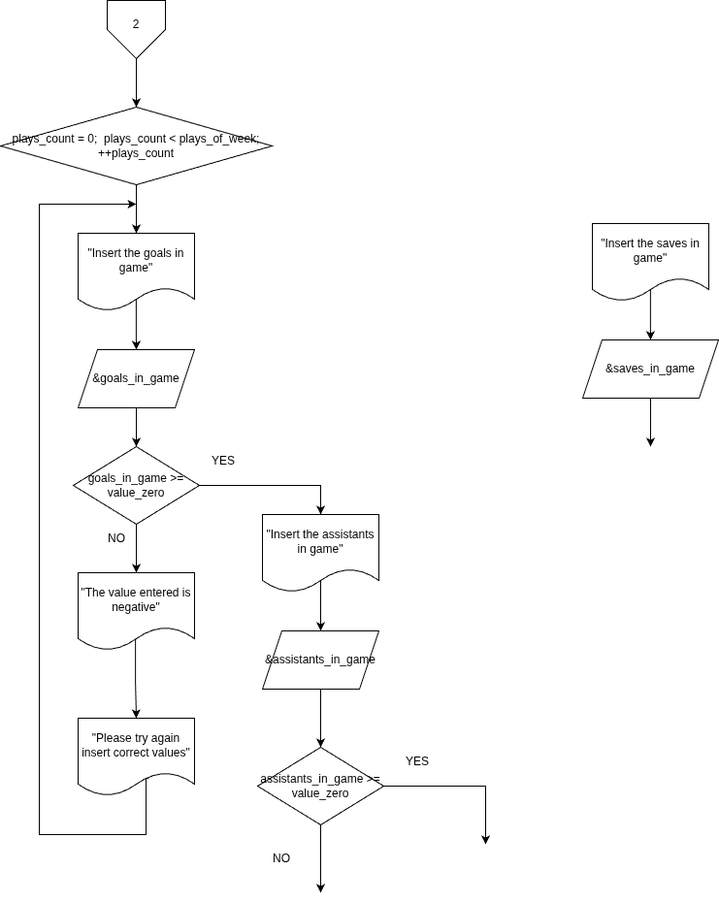
SrMochi02/exercises-c keeps this draw.io diagram as 04_footballgames_practice/docs/excercisefootballgames-Page-3.drawio.png. Above is the earlier version. Source tidied: cells renumbered, new cells last; positions are measured from the earlier drawing's top-left corner, leaving out a move shared by most shapes. Source of this version:
```xml
<mxGraphModel>
  <root>
    <mxCell id="0" />
    <mxCell id="1" parent="0" />
    <mxCell id="2" style="edgeStyle=orthogonalEdgeStyle;rounded=0;jettySize=auto;html=1;" parent="1" edge="1" source="3">
      <mxGeometry relative="1" as="geometry">
        <mxPoint x="140" y="110" as="targetPoint" />
      </mxGeometry>
    </mxCell>
    <mxCell id="3" style="verticalLabelPosition=bottom;verticalAlign=top;html=1;shape=offPageConnector;rounded=0;size=0.5;" parent="1" vertex="1">
      <mxGeometry x="110" width="60" height="60" as="geometry" />
    </mxCell>
    <mxCell id="4" value="2" style="text;html=1;whiteSpace=wrap;strokeColor=none;fillColor=none;align=center;verticalAlign=middle;rounded=0;" parent="1" vertex="1">
      <mxGeometry x="110" y="10" width="60" height="30" as="geometry" />
    </mxCell>
    <mxCell id="5" style="edgeStyle=orthogonalEdgeStyle;rounded=0;jettySize=auto;html=1;" parent="1" edge="1" source="6">
      <mxGeometry relative="1" as="geometry">
        <mxPoint x="140" y="240" as="targetPoint" />
      </mxGeometry>
    </mxCell>
    <mxCell id="6" value="plays_count = 0;&amp;nbsp; plays_count &amp;lt; plays_of_week; ++plays_count" style="rhombus;whiteSpace=wrap;html=1;" parent="1" vertex="1">
      <mxGeometry y="110" width="280" height="80" as="geometry" />
    </mxCell>
    <mxCell id="7" style="edgeStyle=orthogonalEdgeStyle;rounded=0;jettySize=auto;html=1;exitX=0.499;exitY=0.848;exitDx=0;exitDy=0;exitPerimeter=0;" parent="1" edge="1" source="8">
      <mxGeometry relative="1" as="geometry">
        <mxPoint x="140" y="360" as="targetPoint" />
      </mxGeometry>
    </mxCell>
    <mxCell id="8" value="&quot;Insert the goals in game&quot;" style="shape=document;whiteSpace=wrap;html=1;boundedLbl=1;" parent="1" vertex="1">
      <mxGeometry x="80" y="240" width="120" height="80" as="geometry" />
    </mxCell>
    <mxCell id="9" style="edgeStyle=orthogonalEdgeStyle;rounded=0;jettySize=auto;html=1;" parent="1" edge="1" source="10">
      <mxGeometry relative="1" as="geometry">
        <mxPoint x="140" y="460" as="targetPoint" />
      </mxGeometry>
    </mxCell>
    <mxCell id="10" value="&amp;amp;goals_in_game" style="shape=parallelogram;perimeter=parallelogramPerimeter;whiteSpace=wrap;html=1;fixedSize=1;" parent="1" vertex="1">
      <mxGeometry x="80" y="360" width="120" height="60" as="geometry" />
    </mxCell>
    <mxCell id="11" style="edgeStyle=orthogonalEdgeStyle;rounded=0;jettySize=auto;html=1;exitX=0.499;exitY=0.845;exitDx=0;exitDy=0;exitPerimeter=0;" parent="1" edge="1" source="12">
      <mxGeometry relative="1" as="geometry">
        <mxPoint x="670" y="350" as="targetPoint" />
      </mxGeometry>
    </mxCell>
    <mxCell id="12" value="&quot;Insert the saves in game&quot;" style="shape=document;whiteSpace=wrap;html=1;boundedLbl=1;" parent="1" vertex="1">
      <mxGeometry x="610" y="230" width="120" height="80" as="geometry" />
    </mxCell>
    <mxCell id="13" style="edgeStyle=orthogonalEdgeStyle;rounded=0;jettySize=auto;html=1;" parent="1" edge="1" source="14">
      <mxGeometry relative="1" as="geometry">
        <mxPoint x="670" y="460" as="targetPoint" />
      </mxGeometry>
    </mxCell>
    <mxCell id="14" value="&amp;amp;saves_in_game" style="shape=parallelogram;perimeter=parallelogramPerimeter;whiteSpace=wrap;html=1;fixedSize=1;" parent="1" vertex="1">
      <mxGeometry x="600" y="350" width="140" height="60" as="geometry" />
    </mxCell>
    <mxCell id="15" style="edgeStyle=orthogonalEdgeStyle;rounded=0;jettySize=auto;html=1;" parent="1" edge="1" source="31">
      <mxGeometry relative="1" as="geometry">
        <mxPoint x="330" y="580" as="targetPoint" />
      </mxGeometry>
    </mxCell>
    <mxCell id="16" style="edgeStyle=orthogonalEdgeStyle;rounded=0;jettySize=auto;html=1;" parent="1" edge="1" source="17">
      <mxGeometry relative="1" as="geometry">
        <mxPoint x="140" y="590" as="targetPoint" />
      </mxGeometry>
    </mxCell>
    <mxCell id="17" value="goals_in_game &amp;gt;= value_zero" style="rhombus;whiteSpace=wrap;html=1;" parent="1" vertex="1">
      <mxGeometry x="75" y="460" width="130" height="80" as="geometry" />
    </mxCell>
    <mxCell id="18" value="YES" style="text;html=1;whiteSpace=wrap;strokeColor=none;fillColor=none;align=center;verticalAlign=middle;rounded=0;" parent="1" vertex="1">
      <mxGeometry x="200" y="460" width="60" height="30" as="geometry" />
    </mxCell>
    <mxCell id="19" value="NO" style="text;html=1;whiteSpace=wrap;strokeColor=none;fillColor=none;align=center;verticalAlign=middle;rounded=0;" parent="1" vertex="1">
      <mxGeometry x="90" y="540" width="60" height="30" as="geometry" />
    </mxCell>
    <mxCell id="20" style="edgeStyle=orthogonalEdgeStyle;rounded=0;jettySize=auto;html=1;exitX=0.5;exitY=0.84;exitDx=0;exitDy=0;exitPerimeter=0;entryX=0.5;entryY=0;entryDx=0;entryDy=0;" parent="1" edge="1" source="31" target="33">
      <mxGeometry relative="1" as="geometry" />
    </mxCell>
    <mxCell id="21" style="edgeStyle=orthogonalEdgeStyle;rounded=0;jettySize=auto;html=1;entryX=0.5;entryY=0;entryDx=0;entryDy=0;exitX=0.493;exitY=0.845;exitDx=0;exitDy=0;exitPerimeter=0;" parent="1" edge="1" source="22" target="24">
      <mxGeometry relative="1" as="geometry" />
    </mxCell>
    <mxCell id="22" value="&quot;The value entered is negative&quot;" style="shape=document;whiteSpace=wrap;html=1;boundedLbl=1;" parent="1" vertex="1">
      <mxGeometry x="80" y="590" width="120" height="80" as="geometry" />
    </mxCell>
    <mxCell id="23" style="edgeStyle=orthogonalEdgeStyle;rounded=0;jettySize=auto;html=1;exitX=0.602;exitY=0.785;exitDx=0;exitDy=0;exitPerimeter=0;" parent="1" edge="1" source="24">
      <mxGeometry relative="1" as="geometry">
        <mxPoint x="140" y="210" as="targetPoint" />
        <Array as="points">
          <mxPoint x="152" y="790" />
          <mxPoint x="150" y="790" />
          <mxPoint x="150" y="860" />
          <mxPoint x="40" y="860" />
          <mxPoint x="40" y="210" />
        </Array>
      </mxGeometry>
    </mxCell>
    <mxCell id="24" value="&quot;Please try again insert correct values&quot;" style="shape=document;whiteSpace=wrap;html=1;boundedLbl=1;" parent="1" vertex="1">
      <mxGeometry x="80" y="740" width="120" height="80" as="geometry" />
    </mxCell>
    <mxCell id="25" style="edgeStyle=orthogonalEdgeStyle;rounded=0;jettySize=auto;html=1;" parent="1" edge="1" source="27">
      <mxGeometry relative="1" as="geometry">
        <mxPoint x="500" y="870" as="targetPoint" />
      </mxGeometry>
    </mxCell>
    <mxCell id="26" style="edgeStyle=orthogonalEdgeStyle;rounded=0;jettySize=auto;html=1;" parent="1" edge="1" source="27">
      <mxGeometry relative="1" as="geometry">
        <mxPoint x="330" y="920" as="targetPoint" />
      </mxGeometry>
    </mxCell>
    <mxCell id="27" value="assistants_in_game &amp;gt;= value_zero" style="rhombus;whiteSpace=wrap;html=1;" parent="1" vertex="1">
      <mxGeometry x="265" y="770" width="130" height="80" as="geometry" />
    </mxCell>
    <mxCell id="28" value="YES" style="text;html=1;whiteSpace=wrap;strokeColor=none;fillColor=none;align=center;verticalAlign=middle;rounded=0;" parent="1" vertex="1">
      <mxGeometry x="400" y="770" width="60" height="30" as="geometry" />
    </mxCell>
    <mxCell id="29" value="NO" style="text;html=1;whiteSpace=wrap;strokeColor=none;fillColor=none;align=center;verticalAlign=middle;rounded=0;" parent="1" vertex="1">
      <mxGeometry x="260" y="870" width="60" height="30" as="geometry" />
    </mxCell>
    <mxCell id="30" style="edgeStyle=orthogonalEdgeStyle;rounded=0;jettySize=auto;html=1;entryX=0.5;entryY=0;entryDx=0;entryDy=0;" parent="1" edge="1" source="17" target="31">
      <mxGeometry relative="1" as="geometry" />
    </mxCell>
    <mxCell id="31" value="&quot;Insert the assistants in game&quot;" style="shape=document;whiteSpace=wrap;html=1;boundedLbl=1;" parent="1" vertex="1">
      <mxGeometry x="270" y="530" width="120" height="80" as="geometry" />
    </mxCell>
    <mxCell id="32" style="edgeStyle=orthogonalEdgeStyle;rounded=0;jettySize=auto;html=1;entryX=0.5;entryY=0;entryDx=0;entryDy=0;" parent="1" edge="1" source="33" target="27">
      <mxGeometry relative="1" as="geometry" />
    </mxCell>
    <mxCell id="33" value="&amp;amp;assistants_in_game" style="shape=parallelogram;perimeter=parallelogramPerimeter;whiteSpace=wrap;html=1;fixedSize=1;" parent="1" vertex="1">
      <mxGeometry x="270" y="650" width="120" height="60" as="geometry" />
    </mxCell>
  </root>
</mxGraphModel>
```
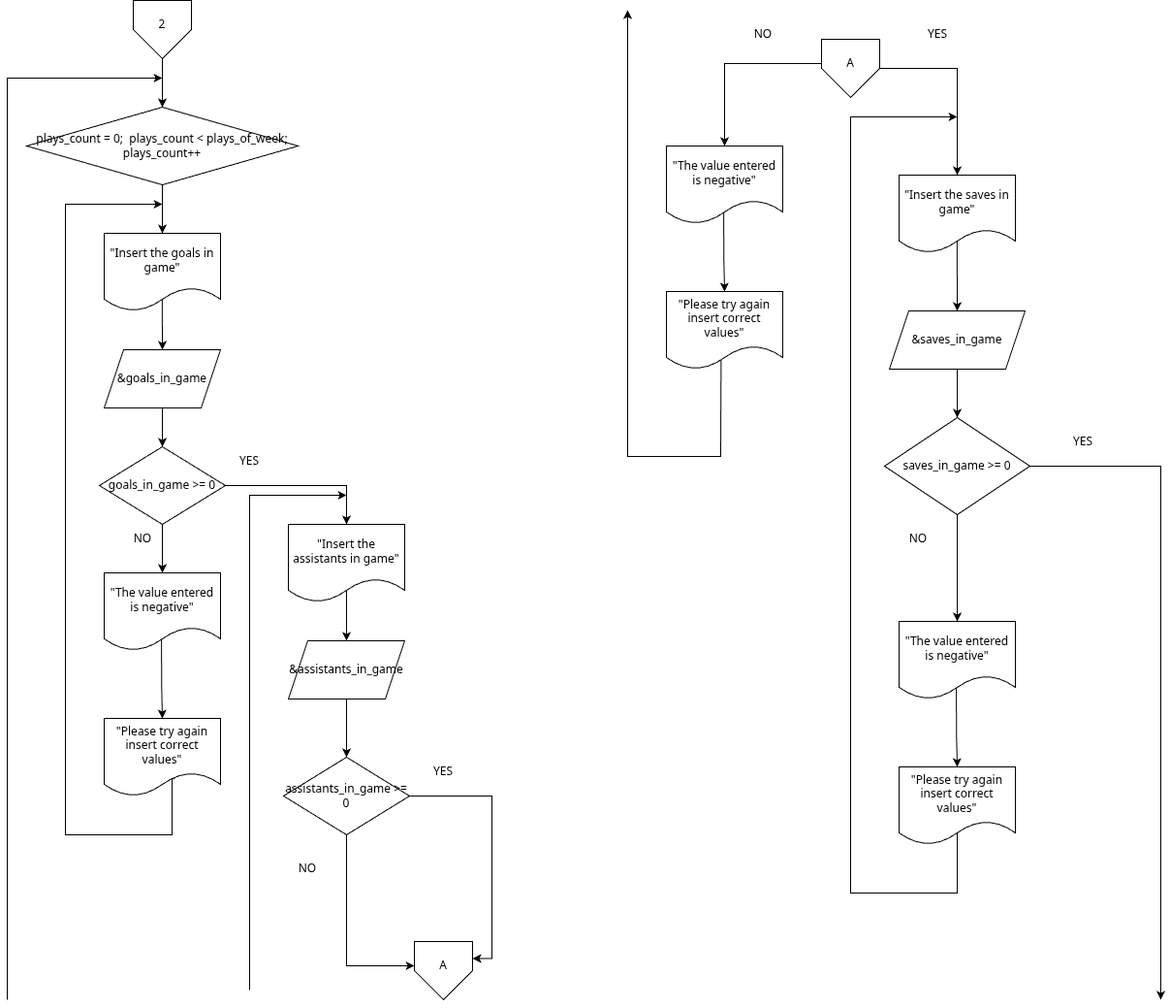
The same file after the commit.

What changed in the source:
```diff
@@ -18,7 +18,7 @@
         <mxPoint x="140" y="240" as="targetPoint" />
       </mxGeometry>
     </mxCell>
-    <mxCell id="6" value="plays_count = 0;&amp;nbsp; plays_count &amp;lt; plays_of_week; ++plays_count" style="rhombus;whiteSpace=wrap;html=1;" parent="1" vertex="1">
+    <mxCell id="6" value="plays_count = 0;&amp;nbsp; plays_count &amp;lt; plays_of_week; plays_count++" style="rhombus;whiteSpace=wrap;html=1;" parent="1" vertex="1">
       <mxGeometry y="110" width="280" height="80" as="geometry" />
     </mxCell>
     <mxCell id="7" style="edgeStyle=orthogonalEdgeStyle;rounded=0;jettySize=auto;html=1;exitX=0.499;exitY=0.848;exitDx=0;exitDy=0;exitPerimeter=0;" parent="1" edge="1" source="8">
@@ -39,23 +39,23 @@
     </mxCell>
     <mxCell id="11" style="edgeStyle=orthogonalEdgeStyle;rounded=0;jettySize=auto;html=1;exitX=0.499;exitY=0.845;exitDx=0;exitDy=0;exitPerimeter=0;" parent="1" edge="1" source="12">
       <mxGeometry relative="1" as="geometry">
-        <mxPoint x="670" y="350" as="targetPoint" />
+        <mxPoint x="960" y="320" as="targetPoint" />
       </mxGeometry>
     </mxCell>
     <mxCell id="12" value="&quot;Insert the saves in game&quot;" style="shape=document;whiteSpace=wrap;html=1;boundedLbl=1;" parent="1" vertex="1">
-      <mxGeometry x="610" y="230" width="120" height="80" as="geometry" />
+      <mxGeometry x="900" y="180" width="120" height="80" as="geometry" />
     </mxCell>
     <mxCell id="13" style="edgeStyle=orthogonalEdgeStyle;rounded=0;jettySize=auto;html=1;" parent="1" edge="1" source="14">
       <mxGeometry relative="1" as="geometry">
-        <mxPoint x="670" y="460" as="targetPoint" />
+        <mxPoint x="960" y="430" as="targetPoint" />
       </mxGeometry>
     </mxCell>
     <mxCell id="14" value="&amp;amp;saves_in_game" style="shape=parallelogram;perimeter=parallelogramPerimeter;whiteSpace=wrap;html=1;fixedSize=1;" parent="1" vertex="1">
-      <mxGeometry x="600" y="350" width="140" height="60" as="geometry" />
+      <mxGeometry x="890" y="320" width="140" height="60" as="geometry" />
     </mxCell>
     <mxCell id="15" style="edgeStyle=orthogonalEdgeStyle;rounded=0;jettySize=auto;html=1;" parent="1" edge="1" source="31">
       <mxGeometry relative="1" as="geometry">
-        <mxPoint x="330" y="580" as="targetPoint" />
+        <mxPoint x="330" y="590" as="targetPoint" />
       </mxGeometry>
     </mxCell>
     <mxCell id="16" style="edgeStyle=orthogonalEdgeStyle;rounded=0;jettySize=auto;html=1;" parent="1" edge="1" source="17">
@@ -63,7 +63,7 @@
         <mxPoint x="140" y="590" as="targetPoint" />
       </mxGeometry>
     </mxCell>
-    <mxCell id="17" value="goals_in_game &amp;gt;= value_zero" style="rhombus;whiteSpace=wrap;html=1;" parent="1" vertex="1">
+    <mxCell id="17" value="goals_in_game &amp;gt;= 0" style="rhombus;whiteSpace=wrap;html=1;" parent="1" vertex="1">
       <mxGeometry x="75" y="460" width="130" height="80" as="geometry" />
     </mxCell>
     <mxCell id="18" value="YES" style="text;html=1;whiteSpace=wrap;strokeColor=none;fillColor=none;align=center;verticalAlign=middle;rounded=0;" parent="1" vertex="1">
@@ -96,36 +96,138 @@
     <mxCell id="24" value="&quot;Please try again insert correct values&quot;" style="shape=document;whiteSpace=wrap;html=1;boundedLbl=1;" parent="1" vertex="1">
       <mxGeometry x="80" y="740" width="120" height="80" as="geometry" />
     </mxCell>
-    <mxCell id="25" style="edgeStyle=orthogonalEdgeStyle;rounded=0;jettySize=auto;html=1;" parent="1" edge="1" source="27">
-      <mxGeometry relative="1" as="geometry">
-        <mxPoint x="500" y="870" as="targetPoint" />
-      </mxGeometry>
+    <mxCell id="25" style="edgeStyle=orthogonalEdgeStyle;rounded=0;jettySize=auto;html=1;entryX=1;entryY=0.25;entryDx=0;entryDy=0;" parent="1" edge="1" source="27" target="35">
+      <mxGeometry relative="1" as="geometry" />
     </mxCell>
-    <mxCell id="26" style="edgeStyle=orthogonalEdgeStyle;rounded=0;jettySize=auto;html=1;" parent="1" edge="1" source="27">
+    <mxCell id="26" style="edgeStyle=orthogonalEdgeStyle;rounded=0;jettySize=auto;html=1;entryX=0;entryY=0.5;entryDx=0;entryDy=0;" parent="1" edge="1" source="27" target="35">
       <mxGeometry relative="1" as="geometry">
-        <mxPoint x="330" y="920" as="targetPoint" />
+        <Array as="points">
+          <mxPoint x="330" y="995" />
+        </Array>
       </mxGeometry>
     </mxCell>
-    <mxCell id="27" value="assistants_in_game &amp;gt;= value_zero" style="rhombus;whiteSpace=wrap;html=1;" parent="1" vertex="1">
-      <mxGeometry x="265" y="770" width="130" height="80" as="geometry" />
+    <mxCell id="27" value="assistants_in_game &amp;gt;= 0" style="rhombus;whiteSpace=wrap;html=1;" parent="1" vertex="1">
+      <mxGeometry x="265" y="780" width="130" height="80" as="geometry" />
     </mxCell>
     <mxCell id="28" value="YES" style="text;html=1;whiteSpace=wrap;strokeColor=none;fillColor=none;align=center;verticalAlign=middle;rounded=0;" parent="1" vertex="1">
-      <mxGeometry x="400" y="770" width="60" height="30" as="geometry" />
+      <mxGeometry x="400" y="780" width="60" height="30" as="geometry" />
     </mxCell>
     <mxCell id="29" value="NO" style="text;html=1;whiteSpace=wrap;strokeColor=none;fillColor=none;align=center;verticalAlign=middle;rounded=0;" parent="1" vertex="1">
-      <mxGeometry x="260" y="870" width="60" height="30" as="geometry" />
+      <mxGeometry x="260" y="880" width="60" height="30" as="geometry" />
     </mxCell>
     <mxCell id="30" style="edgeStyle=orthogonalEdgeStyle;rounded=0;jettySize=auto;html=1;entryX=0.5;entryY=0;entryDx=0;entryDy=0;" parent="1" edge="1" source="17" target="31">
       <mxGeometry relative="1" as="geometry" />
     </mxCell>
     <mxCell id="31" value="&quot;Insert the assistants in game&quot;" style="shape=document;whiteSpace=wrap;html=1;boundedLbl=1;" parent="1" vertex="1">
-      <mxGeometry x="270" y="530" width="120" height="80" as="geometry" />
+      <mxGeometry x="270" y="540" width="120" height="80" as="geometry" />
     </mxCell>
     <mxCell id="32" style="edgeStyle=orthogonalEdgeStyle;rounded=0;jettySize=auto;html=1;entryX=0.5;entryY=0;entryDx=0;entryDy=0;" parent="1" edge="1" source="33" target="27">
       <mxGeometry relative="1" as="geometry" />
     </mxCell>
     <mxCell id="33" value="&amp;amp;assistants_in_game" style="shape=parallelogram;perimeter=parallelogramPerimeter;whiteSpace=wrap;html=1;fixedSize=1;" parent="1" vertex="1">
-      <mxGeometry x="270" y="650" width="120" height="60" as="geometry" />
+      <mxGeometry x="270" y="660" width="120" height="60" as="geometry" />
     </mxCell>
+    <mxCell id="34" style="verticalLabelPosition=bottom;verticalAlign=top;html=1;shape=offPageConnector;rounded=0;size=0.5;" parent="1" vertex="1">
+      <mxGeometry x="400" y="970" width="60" height="60" as="geometry" />
+    </mxCell>
+    <mxCell id="35" value="A" style="text;html=1;whiteSpace=wrap;strokeColor=none;fillColor=none;align=center;verticalAlign=middle;rounded=0;" parent="1" vertex="1">
+      <mxGeometry x="400" y="980" width="60" height="30" as="geometry" />
+    </mxCell>
+    <mxCell id="36" style="edgeStyle=orthogonalEdgeStyle;rounded=0;jettySize=auto;html=1;" parent="1" edge="1" source="37">
+      <mxGeometry relative="1" as="geometry">
+        <mxPoint x="960" y="180" as="targetPoint" />
+      </mxGeometry>
+    </mxCell>
+    <mxCell id="37" style="verticalLabelPosition=bottom;verticalAlign=top;html=1;shape=offPageConnector;rounded=0;size=0.5;" parent="1" vertex="1">
+      <mxGeometry x="820" y="40" width="60" height="60" as="geometry" />
+    </mxCell>
+    <mxCell id="38" style="edgeStyle=orthogonalEdgeStyle;rounded=0;jettySize=auto;html=1;" parent="1" edge="1" source="39">
+      <mxGeometry relative="1" as="geometry">
+        <mxPoint x="720" y="150" as="targetPoint" />
+      </mxGeometry>
+    </mxCell>
+    <mxCell id="39" value="A" style="text;html=1;whiteSpace=wrap;strokeColor=none;fillColor=none;align=center;verticalAlign=middle;rounded=0;" parent="1" vertex="1">
+      <mxGeometry x="820" y="50" width="60" height="30" as="geometry" />
+    </mxCell>
+    <mxCell id="40" value="NO" style="text;html=1;whiteSpace=wrap;strokeColor=none;fillColor=none;align=center;verticalAlign=middle;rounded=0;" parent="1" vertex="1">
+      <mxGeometry x="730" y="20" width="60" height="30" as="geometry" />
+    </mxCell>
+    <mxCell id="41" value="YES" style="text;html=1;whiteSpace=wrap;strokeColor=none;fillColor=none;align=center;verticalAlign=middle;rounded=0;" parent="1" vertex="1">
+      <mxGeometry x="910" y="20" width="60" height="30" as="geometry" />
+    </mxCell>
+    <mxCell id="42" style="edgeStyle=orthogonalEdgeStyle;rounded=0;jettySize=auto;html=1;entryX=0.5;entryY=0;entryDx=0;entryDy=0;exitX=0.493;exitY=0.845;exitDx=0;exitDy=0;exitPerimeter=0;" parent="1" edge="1" source="43" target="44">
+      <mxGeometry relative="1" as="geometry" />
+    </mxCell>
+    <mxCell id="43" value="&quot;The value entered is negative&quot;" style="shape=document;whiteSpace=wrap;html=1;boundedLbl=1;" parent="1" vertex="1">
+      <mxGeometry x="660" y="150" width="120" height="80" as="geometry" />
+    </mxCell>
+    <mxCell id="44" value="&quot;Please try again insert correct values&quot;" style="shape=document;whiteSpace=wrap;html=1;boundedLbl=1;" parent="1" vertex="1">
+      <mxGeometry x="660" y="300" width="120" height="80" as="geometry" />
+    </mxCell>
+    <mxCell id="45" style="endArrow=classic;html=1;rounded=0;" parent="1" edge="1">
+      <mxGeometry relative="1" as="geometry">
+        <mxPoint x="230" y="1020" as="sourcePoint" />
+        <mxPoint x="330" y="510" as="targetPoint" />
+        <Array as="points">
+          <mxPoint x="230" y="510" />
+        </Array>
+      </mxGeometry>
+    </mxCell>
+    <mxCell id="46" style="endArrow=classic;html=1;rounded=0;exitX=0.47;exitY=0.883;exitDx=0;exitDy=0;exitPerimeter=0;" parent="1" edge="1" source="44">
+      <mxGeometry relative="1" as="geometry">
+        <mxPoint x="620" y="10" as="targetPoint" />
+        <Array as="points">
+          <mxPoint x="716" y="470" />
+          <mxPoint x="620" y="470" />
+        </Array>
+      </mxGeometry>
+    </mxCell>
+    <mxCell id="47" style="edgeStyle=orthogonalEdgeStyle;rounded=0;jettySize=auto;html=1;" parent="1" edge="1" source="49">
+      <mxGeometry relative="1" as="geometry">
+        <mxPoint x="960" y="640" as="targetPoint" />
+      </mxGeometry>
+    </mxCell>
+    <mxCell id="48" style="edgeStyle=orthogonalEdgeStyle;rounded=0;jettySize=auto;html=1;" parent="1" edge="1" source="49">
+      <mxGeometry relative="1" as="geometry">
+        <mxPoint x="1170" y="1030" as="targetPoint" />
+      </mxGeometry>
+    </mxCell>
+    <mxCell id="49" value="saves_in_game &amp;gt;= 0" style="rhombus;whiteSpace=wrap;html=1;" parent="1" vertex="1">
+      <mxGeometry x="885" y="430" width="150" height="100" as="geometry" />
+    </mxCell>
+    <mxCell id="50" value="NO" style="text;html=1;whiteSpace=wrap;strokeColor=none;fillColor=none;align=center;verticalAlign=middle;rounded=0;" parent="1" vertex="1">
+      <mxGeometry x="890" y="540" width="60" height="30" as="geometry" />
+    </mxCell>
+    <mxCell id="51" value="YES" style="text;html=1;whiteSpace=wrap;strokeColor=none;fillColor=none;align=center;verticalAlign=middle;rounded=0;" parent="1" vertex="1">
+      <mxGeometry x="1060" y="440" width="60" height="30" as="geometry" />
+    </mxCell>
+    <mxCell id="52" style="edgeStyle=orthogonalEdgeStyle;rounded=0;jettySize=auto;html=1;entryX=0.5;entryY=0;entryDx=0;entryDy=0;exitX=0.493;exitY=0.845;exitDx=0;exitDy=0;exitPerimeter=0;" parent="1" edge="1" source="53" target="55">
+      <mxGeometry relative="1" as="geometry" />
+    </mxCell>
+    <mxCell id="53" value="&quot;The value entered is negative&quot;" style="shape=document;whiteSpace=wrap;html=1;boundedLbl=1;" parent="1" vertex="1">
+      <mxGeometry x="900" y="640" width="120" height="80" as="geometry" />
+    </mxCell>
+    <mxCell id="54" style="edgeStyle=orthogonalEdgeStyle;rounded=0;jettySize=auto;html=1;exitX=0.5;exitY=0.829;exitDx=0;exitDy=0;exitPerimeter=0;" parent="1" edge="1" source="55">
+      <mxGeometry relative="1" as="geometry">
+        <mxPoint x="960" y="120" as="targetPoint" />
+        <Array as="points">
+          <mxPoint x="960" y="920" />
+          <mxPoint x="850" y="920" />
+          <mxPoint x="850" y="120" />
+        </Array>
+      </mxGeometry>
+    </mxCell>
+    <mxCell id="55" value="&quot;Please try again insert correct values&quot;" style="shape=document;whiteSpace=wrap;html=1;boundedLbl=1;" parent="1" vertex="1">
+      <mxGeometry x="900" y="790" width="120" height="80" as="geometry" />
+    </mxCell>
+    <mxCell id="56" style="endArrow=classic;html=1;rounded=0;" parent="1" edge="1">
+      <mxGeometry relative="1" as="geometry">
+        <mxPoint x="-20" y="1030" as="sourcePoint" />
+        <mxPoint x="140" y="80" as="targetPoint" />
+        <Array as="points">
+          <mxPoint x="-20" y="80" />
+        </Array>
+      </mxGeometry>
+    </mxCell>
   </root>
 </mxGraphModel>
```
